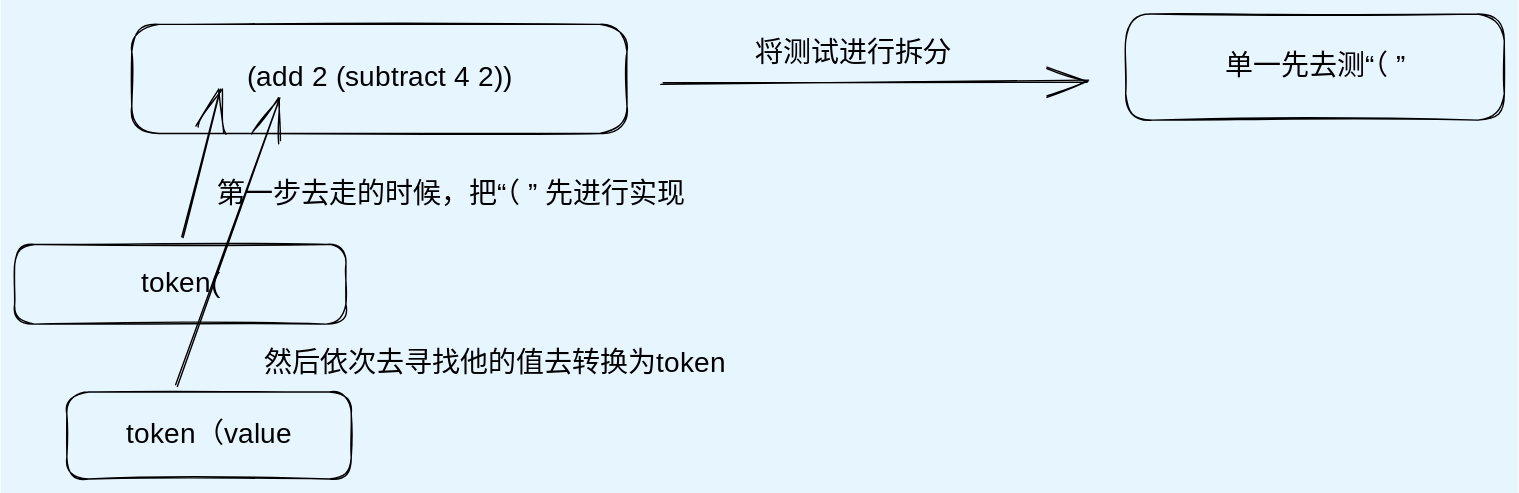
Before: note.excalidraw.svg, a diagram exported from Excalidraw (zclsx/tiny-compiler). Source tidied: one line per element, renumbered; positions are measured from the earlier drawing's top-left corner, leaving out a move shared by most shapes. Its diagram source:
```json
{"id": 0, "type": "rectangle", "strokeColor": "#000000", "strokeWidth": 1, "roughness": 1, "round": true, "x": 84, "y": 7, "width": 354, "height": 78}
{"id": 1, "type": "text", "text": "(add 2 (subtract 4 2))", "strokeColor": "#000000", "strokeWidth": 1, "roughness": 1, "fontSize": 20, "fontFamily": 1, "textAlign": "center", "verticalAlign": "middle", "inside": 0, "x": 143, "y": 34, "width": 234, "height": 25}
{"id": 2, "type": "arrow", "strokeColor": "#000000", "strokeWidth": 1, "roughness": 1, "endArrowhead": "arrow", "round": true, "from": 3, "x": 119, "y": 159, "width": 27, "height": 104, "points": [[0, 0], [27, -104]]}
{"id": 3, "type": "rectangle", "strokeColor": "#000000", "strokeWidth": 1, "roughness": 1, "round": true, "x": 0, "y": 165, "width": 237, "height": 57}
{"id": 4, "type": "text", "text": "token(", "strokeColor": "#000000", "strokeWidth": 1, "roughness": 1, "fontSize": 20, "fontFamily": 1, "textAlign": "center", "verticalAlign": "middle", "inside": 3, "x": 88, "y": 181, "width": 61, "height": 25}
{"id": 5, "type": "text", "text": "第一步去走的时候，把“（ ” 先进行实现", "strokeColor": "#000000", "strokeWidth": 1, "roughness": 1, "fontSize": 20, "fontFamily": 1, "x": 144, "y": 117, "width": 360, "height": 25}
{"id": 6, "type": "arrow", "strokeColor": "#000000", "strokeWidth": 1, "roughness": 1, "endArrowhead": "arrow", "round": true, "from": 7, "x": 116, "y": 267, "width": 73, "height": 205, "points": [[0, 0], [73, -205]]}
{"id": 7, "type": "rectangle", "strokeColor": "#000000", "strokeWidth": 1, "roughness": 1, "round": true, "x": 37, "y": 270, "width": 203, "height": 62}
{"id": 8, "type": "text", "text": "token（value", "strokeColor": "#000000", "strokeWidth": 1, "roughness": 1, "fontSize": 20, "fontFamily": 1, "textAlign": "center", "verticalAlign": "middle", "inside": 7, "x": 77, "y": 289, "width": 124, "height": 25}
{"id": 9, "type": "text", "text": "然后依次去寻找他的值去转换为token", "strokeColor": "#000000", "strokeWidth": 1, "roughness": 1, "fontSize": 20, "fontFamily": 1, "x": 178, "y": 238, "width": 332, "height": 25}
{"id": 10, "type": "text", "text": "将测试进行拆分", "strokeColor": "#000000", "strokeWidth": 1, "roughness": 1, "fontSize": 20, "fontFamily": 1, "x": 529, "y": 17, "width": 140, "height": 25}
{"id": 11, "type": "arrow", "strokeColor": "#000000", "strokeWidth": 1, "roughness": 1, "endArrowhead": "arrow", "round": true, "x": 463, "y": 51, "width": 305, "height": 3, "points": [[0, 0], [305, -3]]}
{"id": 12, "type": "rectangle", "strokeColor": "#000000", "strokeWidth": 1, "roughness": 1, "round": true, "x": 794, "y": 0, "width": 271, "height": 76}
{"id": 13, "type": "text", "text": "单一先去测“（ ”", "strokeColor": "#000000", "strokeWidth": 1, "roughness": 1, "fontSize": 20, "fontFamily": 1, "textAlign": "center", "verticalAlign": "middle", "inside": 12, "x": 855, "y": 25, "width": 150, "height": 25}
```
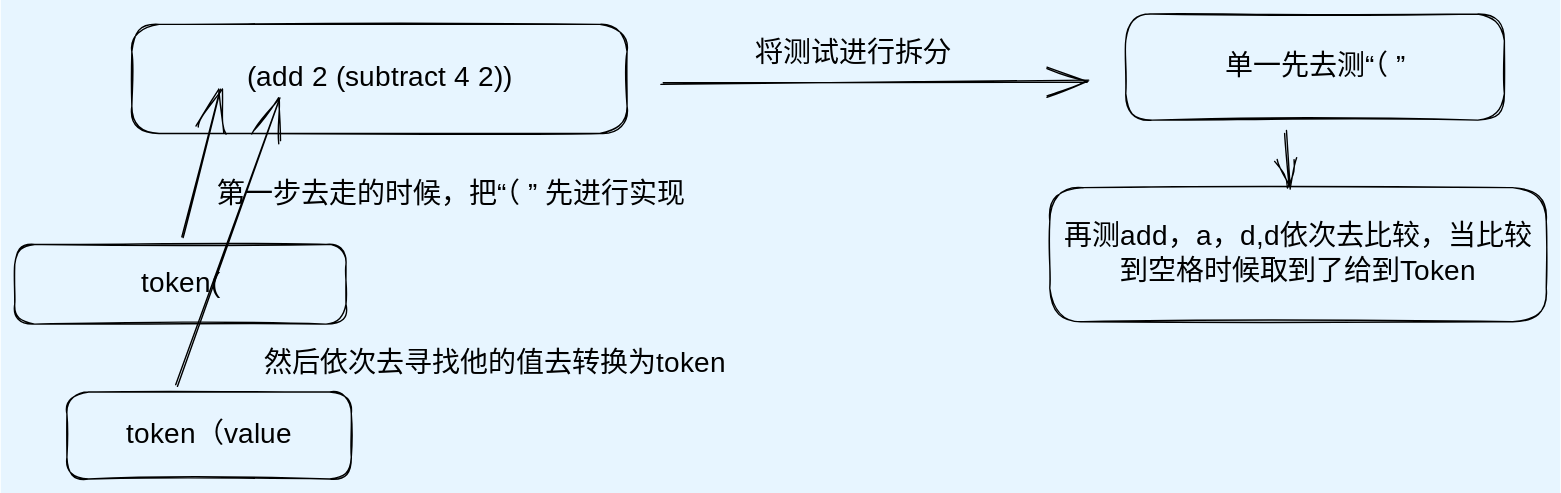
Above is the later version.

What changed in the source:
```diff
@@ -12,3 +12,6 @@
 {"id": 11, "type": "arrow", "strokeColor": "#000000", "strokeWidth": 1, "roughness": 1, "endArrowhead": "arrow", "round": true, "x": 463, "y": 51, "width": 305, "height": 3, "points": [[0, 0], [305, -3]]}
 {"id": 12, "type": "rectangle", "strokeColor": "#000000", "strokeWidth": 1, "roughness": 1, "round": true, "x": 794, "y": 0, "width": 271, "height": 76}
 {"id": 13, "type": "text", "text": "单一先去测“（ ”", "strokeColor": "#000000", "strokeWidth": 1, "roughness": 1, "fontSize": 20, "fontFamily": 1, "textAlign": "center", "verticalAlign": "middle", "inside": 12, "x": 855, "y": 25, "width": 150, "height": 25}
+{"id": 14, "type": "arrow", "strokeColor": "#000000", "strokeWidth": 1, "roughness": 1, "endArrowhead": "arrow", "round": true, "from": 12, "x": 909, "y": 84, "width": 3, "height": 41, "points": [[0, 0], [3, 41]]}
+{"id": 15, "type": "rectangle", "strokeColor": "#000000", "strokeWidth": 1, "roughness": 1, "round": true, "x": 740, "y": 124, "width": 355, "height": 96}
+{"id": 16, "type": "text", "text": "再测add，a，d,d依次去比较，当比较\n到空格时候取到了给到Token", "strokeColor": "#000000", "strokeWidth": 1, "roughness": 1, "fontSize": 20, "fontFamily": 1, "textAlign": "center", "verticalAlign": "middle", "inside": 15, "x": 749, "y": 147, "width": 337, "height": 50}
```
